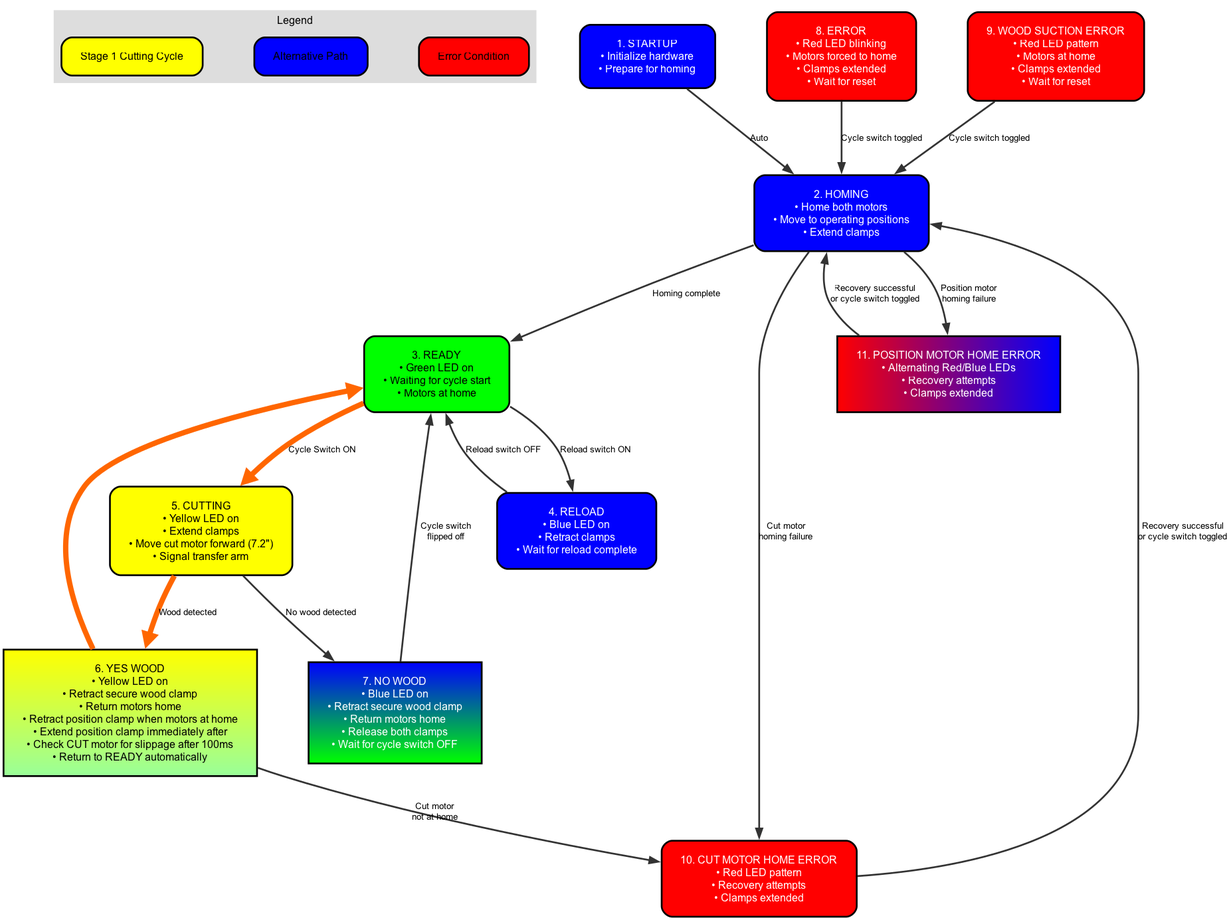
Earlier version of the Graphviz export flowcharts/png_files/cutting_machine_flowchart.png (akivaweil/Stage-1-Mar25). Its source is kept beside it as flowcharts/dot_files/cutting_machine_flowchart.dot.
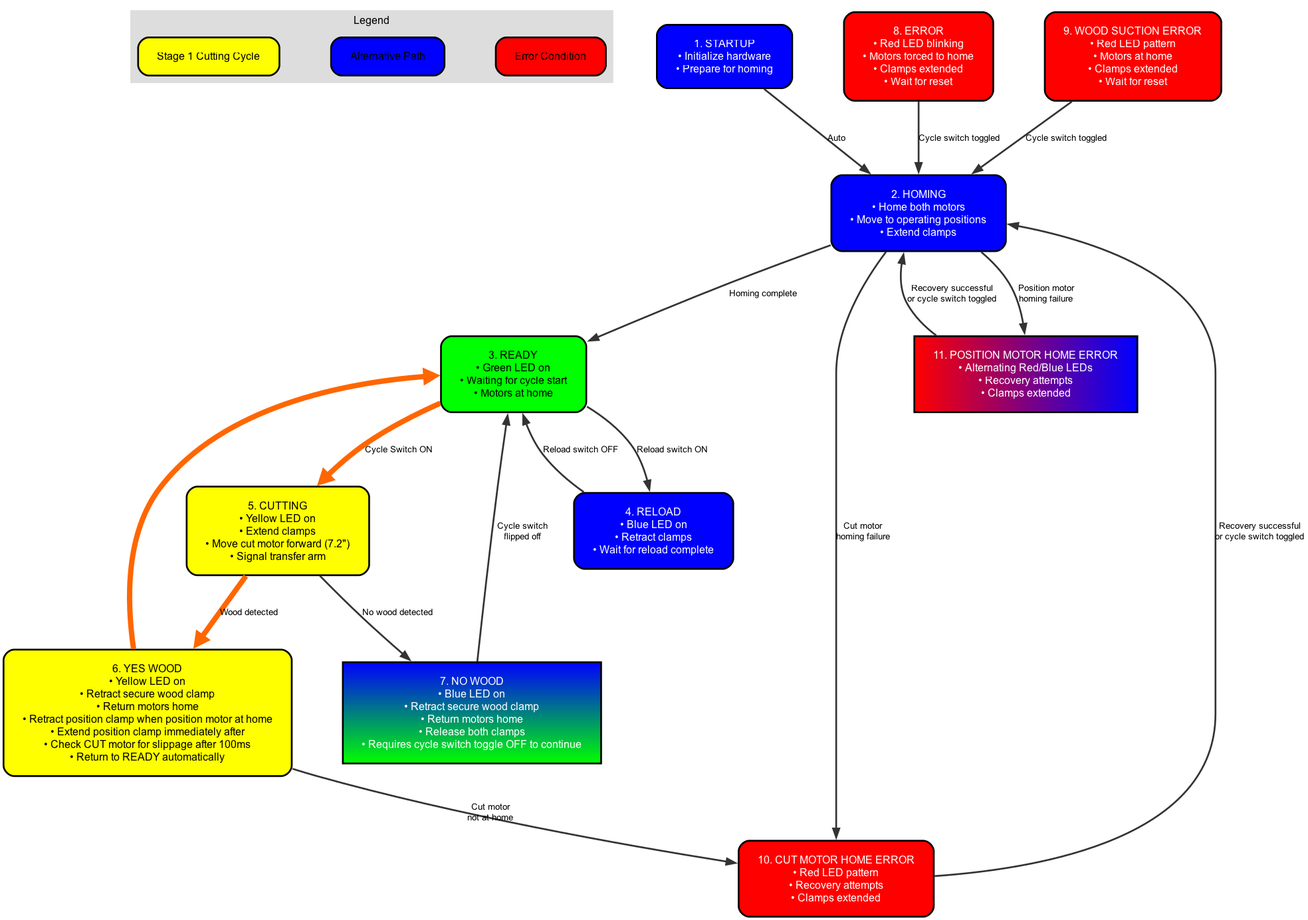
Later version of the same file.

Commit message:
Fixed flowchart/code inconsistencies: YESWOOD solid yellow, improved position motor homing timing, and updated step numbering

What changed in the source:
```diff
@@ -19,8 +19,8 @@
   READY [label="3. READY\n• Green LED on\n• Waiting for cycle start\n• Motors at home", fillcolor="#00FF00"];
   RELOAD [label="4. RELOAD\n• Blue LED on\n• Retract clamps\n• Wait for reload complete", fillcolor="#0000FF", fontcolor="white"];
   CUTTING [label="5. CUTTING\n• Yellow LED on\n• Extend clamps\n• Move cut motor forward (7.2\")\n• Signal transfer arm", fillcolor="#FFFF00"];
-  YESWOOD [label="6. YES WOOD\n• Yellow LED on\n• Retract secure wood clamp\n• Return motors home\n• Retract position clamp when motors at home\n• Extend position clamp immediately after\n• Check CUT motor for slippage after 100ms\n• Return to READY automatically", style="filled", fillcolor="#FFFF00:#99FF99", gradientangle=270];
-  NOWOOD [label="7. NO WOOD\n• Blue LED on\n• Retract secure wood clamp\n• Return motors home\n• Release both clamps\n• Wait for cycle switch OFF", style="filled", fillcolor="#0000FF:#00FF00", fontcolor="white", gradientangle=270];
+  YESWOOD [label="6. YES WOOD\n• Yellow LED on\n• Retract secure wood clamp\n• Return motors home\n• Retract position clamp when position motor at home\n• Extend position clamp immediately after\n• Check CUT motor for slippage after 100ms\n• Return to READY automatically", fillcolor="#FFFF00"];
+  NOWOOD [label="7. NO WOOD\n• Blue LED on\n• Retract secure wood clamp\n• Return motors home\n• Release both clamps\n• Requires cycle switch toggle OFF to continue", style="filled", fillcolor="#0000FF:#00FF00", fontcolor="white", gradientangle=270];
   ERROR [label="8. ERROR\n• Red LED blinking\n• Motors forced to home\n• Clamps extended\n• Wait for reset", fillcolor="#FF0000", fontcolor="white"];
   WOOD_SUCTION_ERROR [label="9. WOOD SUCTION ERROR\n• Red LED pattern\n• Motors at home\n• Clamps extended\n• Wait for reset", fillcolor="#FF0000", fontcolor="white"];
   CUT_MOTOR_HOME_ERROR [label="10. CUT MOTOR HOME ERROR\n• Red LED pattern\n• Recovery attempts\n• Clamps extended", fillcolor="#FF0000", fontcolor="white"];
```
